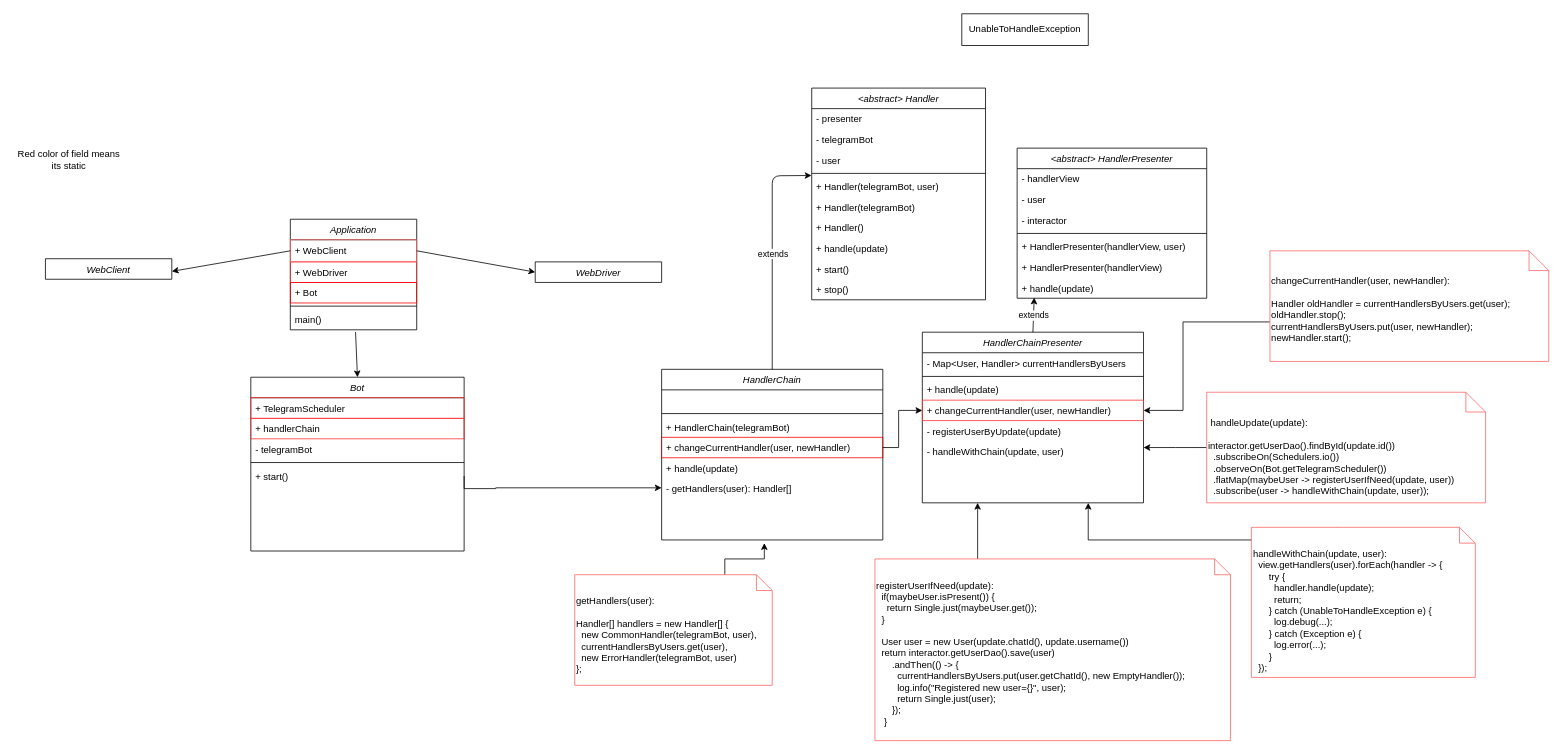
This is HWBot.drawio from granlovestea/HWBot, a draw.io file, before an edit. Source tidied: cells renumbered, new cells numbered last; positions are measured from the earlier drawing's top-left corner, leaving out a move shared by most shapes. Both pictures are drawn from the tidied source at 79%, with x=0, y=0 at pixel (13, 13).
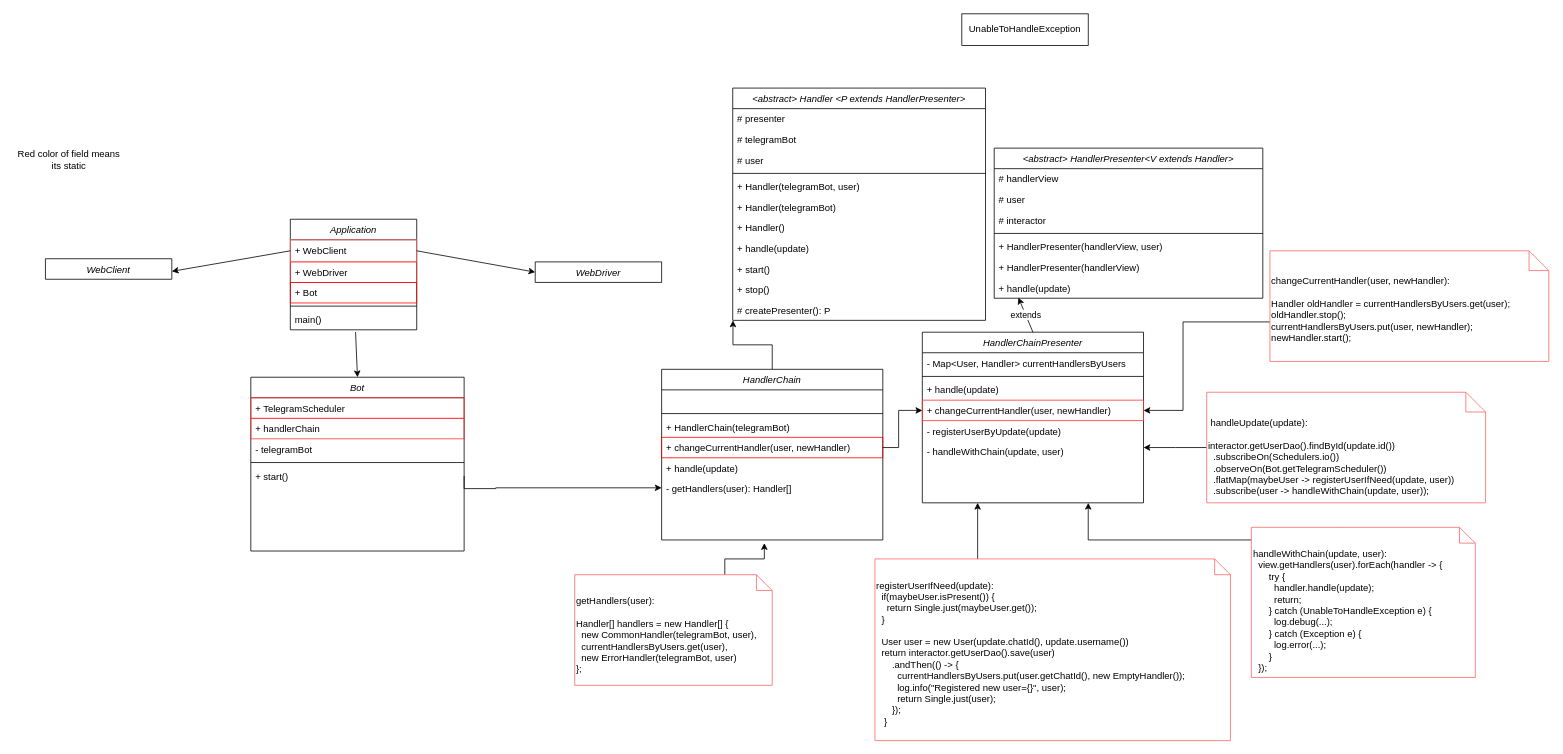
The same diagram, later.

Unchanged cells that the change refers to:
```xml
<mxCell id="33" value="HandlerChain" style="swimlane;fontStyle=2;align=center;verticalAlign=top;horizontal=1;startSize=26;rounded=0;shadow=0;strokeWidth=1;" parent="1" vertex="1">
  <mxGeometry x="820" y="450" width="280" height="216" as="geometry" />
</mxCell>
```

What changed in the source:
```diff
@@
-    <mxCell id="19" value="&lt;abstract&gt; Handler" style="swimlane;fontStyle=2;align=center;verticalAlign=top;horizontal=1;startSize=26;rounded=0;shadow=0;strokeWidth=1;" parent="1" vertex="1">
-      <mxGeometry x="1010" y="94" width="220" height="268" as="geometry" />
+    <mxCell id="19" value="&lt;abstract&gt; Handler &lt;P extends HandlerPresenter&gt;" style="swimlane;fontStyle=2;align=center;verticalAlign=top;horizontal=1;startSize=26;rounded=0;shadow=0;strokeWidth=1;" parent="1" vertex="1">
+      <mxGeometry x="910" y="94" width="320" height="294" as="geometry" />
     </mxCell>
-    <mxCell id="20" value="- presenter" style="text;align=left;verticalAlign=top;spacingLeft=4;spacingRight=4;overflow=hidden;" parent="19" vertex="1">
-      <mxGeometry y="26" width="220" height="26" as="geometry" />
+    <mxCell id="20" value="# presenter" style="text;align=left;verticalAlign=top;spacingLeft=4;spacingRight=4;overflow=hidden;" parent="19" vertex="1">
+      <mxGeometry y="26" width="320" height="26" as="geometry" />
     </mxCell>
-    <mxCell id="21" value="- telegramBot" style="text;align=left;verticalAlign=top;spacingLeft=4;spacingRight=4;overflow=hidden;" parent="19" vertex="1">
-      <mxGeometry y="52" width="220" height="26" as="geometry" />
+    <mxCell id="21" value="# telegramBot" style="text;align=left;verticalAlign=top;spacingLeft=4;spacingRight=4;overflow=hidden;" parent="19" vertex="1">
+      <mxGeometry y="52" width="320" height="26" as="geometry" />
     </mxCell>
-    <mxCell id="22" value="- user" style="text;align=left;verticalAlign=top;spacingLeft=4;spacingRight=4;overflow=hidden;" parent="19" vertex="1">
-      <mxGeometry y="78" width="220" height="26" as="geometry" />
+    <mxCell id="22" value="# user" style="text;align=left;verticalAlign=top;spacingLeft=4;spacingRight=4;overflow=hidden;" parent="19" vertex="1">
+      <mxGeometry y="78" width="320" height="26" as="geometry" />
     </mxCell>
     <mxCell id="23" style="line;html=1;strokeWidth=1;align=left;verticalAlign=middle;spacingTop=-1;spacingLeft=3;spacingRight=3;labelPosition=right;points=[];portConstraint=eastwest;" parent="19" vertex="1">
-      <mxGeometry y="104" width="220" height="8" as="geometry" />
+      <mxGeometry y="104" width="320" height="8" as="geometry" />
     </mxCell>
     <mxCell id="24" value="+ Handler(telegramBot, user) " style="text;align=left;verticalAlign=top;spacingLeft=4;spacingRight=4;overflow=hidden;" parent="19" vertex="1">
-      <mxGeometry y="112" width="220" height="26" as="geometry" />
+      <mxGeometry y="112" width="320" height="26" as="geometry" />
     </mxCell>
     <mxCell id="25" value="+ Handler(telegramBot) " style="text;align=left;verticalAlign=top;spacingLeft=4;spacingRight=4;overflow=hidden;" parent="19" vertex="1">
-      <mxGeometry y="138" width="220" height="26" as="geometry" />
+      <mxGeometry y="138" width="320" height="26" as="geometry" />
     </mxCell>
     <mxCell id="26" value="+ Handler() " style="text;align=left;verticalAlign=top;spacingLeft=4;spacingRight=4;overflow=hidden;" parent="19" vertex="1">
-      <mxGeometry y="164" width="220" height="26" as="geometry" />
+      <mxGeometry y="164" width="320" height="26" as="geometry" />
     </mxCell>
     <mxCell id="27" value="+ handle(update)" style="text;align=left;verticalAlign=top;spacingLeft=4;spacingRight=4;overflow=hidden;" parent="19" vertex="1">
-      <mxGeometry y="190" width="220" height="26" as="geometry" />
+      <mxGeometry y="190" width="320" height="26" as="geometry" />
     </mxCell>
     <mxCell id="28" value="+ start()" style="text;align=left;verticalAlign=top;spacingLeft=4;spacingRight=4;overflow=hidden;" parent="19" vertex="1">
-      <mxGeometry y="216" width="220" height="26" as="geometry" />
+      <mxGeometry y="216" width="320" height="26" as="geometry" />
     </mxCell>
     <mxCell id="29" value="+ stop()" style="text;align=left;verticalAlign=top;spacingLeft=4;spacingRight=4;overflow=hidden;" parent="19" vertex="1">
-      <mxGeometry y="242" width="220" height="26" as="geometry" />
+      <mxGeometry y="242" width="320" height="26" as="geometry" />
     </mxCell>
+    <mxCell id="71" value="# createPresenter(): P" style="text;align=left;verticalAlign=top;spacingLeft=4;spacingRight=4;overflow=hidden;points=[[0,0.5],[1,0.5]];portConstraint=eastwest;" parent="19" vertex="1">
+      <mxGeometry y="268" width="320" height="26" as="geometry" />
+    </mxCell>
@@
+    <mxCell id="72" style="edgeStyle=orthogonalEdgeStyle;rounded=0;jettySize=auto;html=1;exitX=0.5;exitY=0;exitDx=0;exitDy=0;entryX=0.001;entryY=1.004;entryDx=0;entryDy=0;entryPerimeter=0;strokeColor=#000000;" parent="1" edge="1" source="33" target="71">
+      <mxGeometry relative="1" as="geometry" />
+    </mxCell>
@@
-    <mxCell id="49" value="&lt;abstract&gt; HandlerPresenter" style="swimlane;fontStyle=2;align=center;verticalAlign=top;horizontal=1;startSize=26;rounded=0;shadow=0;strokeWidth=1;" parent="1" vertex="1">
-      <mxGeometry x="1270" y="170" width="240" height="190" as="geometry" />
+    <mxCell id="49" value="&lt;abstract&gt; HandlerPresenter&lt;V extends Handler&gt;" style="swimlane;fontStyle=2;align=center;verticalAlign=top;horizontal=1;startSize=26;rounded=0;shadow=0;strokeWidth=1;" parent="1" vertex="1">
+      <mxGeometry x="1241" y="170" width="340" height="190" as="geometry" />
     </mxCell>
-    <mxCell id="50" value="- handlerView" style="text;align=left;verticalAlign=top;spacingLeft=4;spacingRight=4;overflow=hidden;" parent="49" vertex="1">
-      <mxGeometry y="26" width="240" height="26" as="geometry" />
+    <mxCell id="50" value="# handlerView" style="text;align=left;verticalAlign=top;spacingLeft=4;spacingRight=4;overflow=hidden;" parent="49" vertex="1">
+      <mxGeometry y="26" width="340" height="26" as="geometry" />
     </mxCell>
-    <mxCell id="51" value="- user" style="text;align=left;verticalAlign=top;spacingLeft=4;spacingRight=4;overflow=hidden;" parent="49" vertex="1">
-      <mxGeometry y="52" width="240" height="26" as="geometry" />
+    <mxCell id="51" value="# user" style="text;align=left;verticalAlign=top;spacingLeft=4;spacingRight=4;overflow=hidden;" parent="49" vertex="1">
+      <mxGeometry y="52" width="340" height="26" as="geometry" />
     </mxCell>
-    <mxCell id="52" value="- interactor" style="text;align=left;verticalAlign=top;spacingLeft=4;spacingRight=4;overflow=hidden;" parent="49" vertex="1">
-      <mxGeometry y="78" width="240" height="26" as="geometry" />
+    <mxCell id="52" value="# interactor" style="text;align=left;verticalAlign=top;spacingLeft=4;spacingRight=4;overflow=hidden;" parent="49" vertex="1">
+      <mxGeometry y="78" width="340" height="26" as="geometry" />
     </mxCell>
     <mxCell id="53" style="line;html=1;strokeWidth=1;align=left;verticalAlign=middle;spacingTop=-1;spacingLeft=3;spacingRight=3;labelPosition=right;" parent="49" vertex="1">
-      <mxGeometry y="104" width="240" height="8" as="geometry" />
+      <mxGeometry y="104" width="340" height="8" as="geometry" />
     </mxCell>
     <mxCell id="54" value="+ HandlerPresenter(handlerView, user) " style="text;align=left;verticalAlign=top;spacingLeft=4;spacingRight=4;overflow=hidden;" parent="49" vertex="1">
-      <mxGeometry y="112" width="240" height="26" as="geometry" />
+      <mxGeometry y="112" width="340" height="26" as="geometry" />
     </mxCell>
     <mxCell id="55" value="+ HandlerPresenter(handlerView) " style="text;align=left;verticalAlign=top;spacingLeft=4;spacingRight=4;overflow=hidden;" parent="49" vertex="1">
-      <mxGeometry y="138" width="240" height="26" as="geometry" />
+      <mxGeometry y="138" width="340" height="26" as="geometry" />
     </mxCell>
     <mxCell id="56" value="+ handle(update)" style="text;align=left;verticalAlign=top;spacingLeft=4;spacingRight=4;overflow=hidden;points=[[0,0.5],[1,0.5]];portConstraint=eastwest;" parent="49" vertex="1">
-      <mxGeometry y="164" width="240" height="26" as="geometry" />
+      <mxGeometry y="164" width="340" height="26" as="geometry" />
     </mxCell>
-    <mxCell id="57" style="endArrow=classic;html=1;strokeColor=#000000;exitX=0.5;exitY=0;exitDx=0;exitDy=0;entryX=-0.001;entryY=0.83;entryDx=0;entryDy=0;entryPerimeter=0;" parent="1" edge="1" source="33" target="23">
-      <mxGeometry relative="1" as="geometry">
-        <Array as="points">
-          <mxPoint x="960" y="285" />
-          <mxPoint x="960" y="205" />
-        </Array>
-      </mxGeometry>
-    </mxCell>
-    <mxCell id="58" value="extends" style="edgeLabel;html=1;align=center;verticalAlign=middle;" parent="57" vertex="1">
-      <mxGeometry relative="1" as="geometry" />
-    </mxCell>
```
